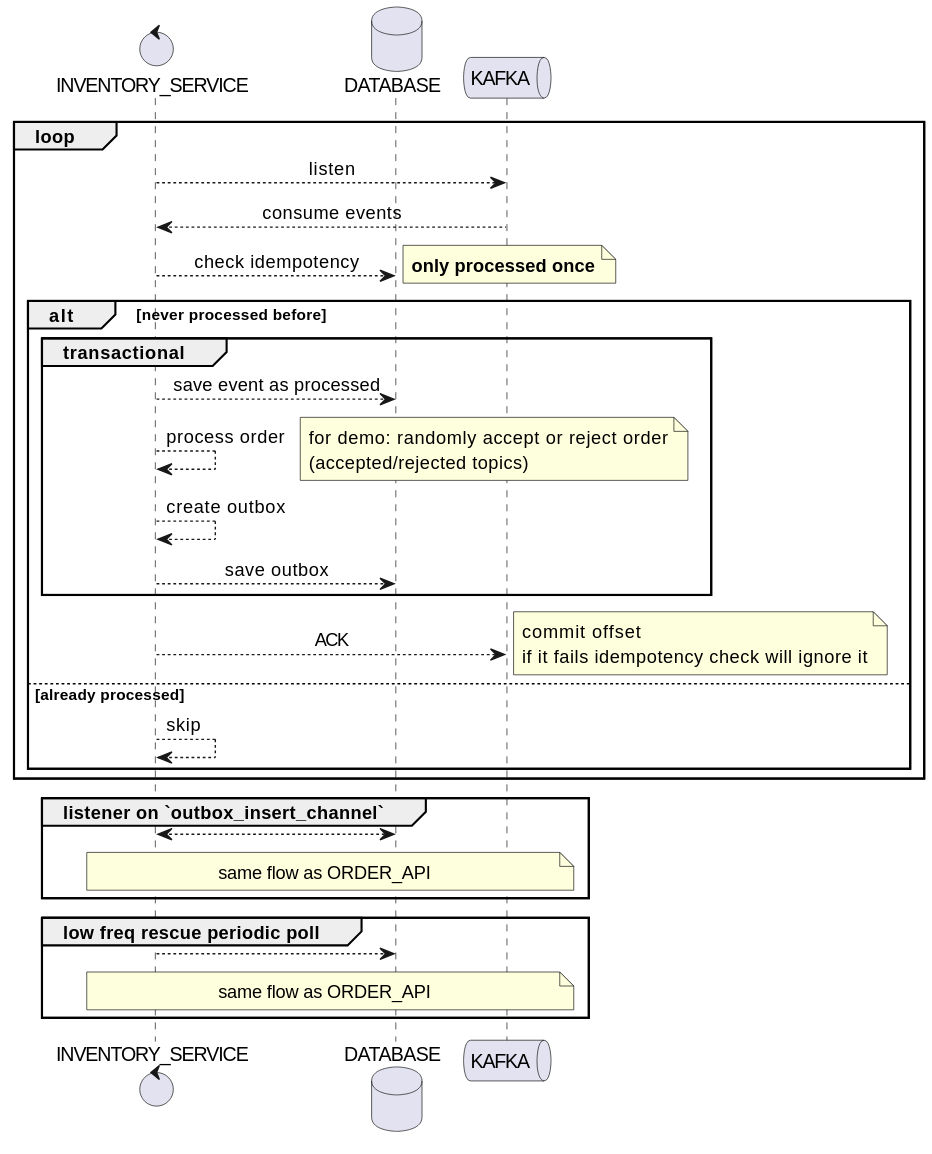
This is docs/inventory_service_seq.svg from 7mza/kafka-demo, a PlantUML export, as it was before one commit. The source it was exported from:
```plantuml
@startuml
skinparam sequenceMessageAlign center

control INVENTORY_SERVICE as SERVICE
database DATABASE as DB
queue KAFKA as K

loop
    SERVICE --> K: listen
    K --> SERVICE: consume events
    SERVICE --> DB: check idempotency
    note right: **only processed once**
    alt never processed before
        group transactional
            SERVICE --> DB: save event as processed
            SERVICE --> SERVICE: process order
            note right: for demo: randomly accept or reject order\n(accepted/rejected topics)
            SERVICE --> SERVICE: create outbox
            SERVICE --> DB: save outbox
        end
        SERVICE --> K: ACK
        note right: commit offset\nif it fails idempotency check will ignore it
    else already processed
        SERVICE --> SERVICE: skip
    end
end

group listener on `outbox_insert_channel`
    SERVICE <--> DB
    note across: same flow as ORDER_API
end

group low freq rescue periodic poll
      SERVICE --> DB
      note across: same flow as ORDER_API
end
@enduml
```
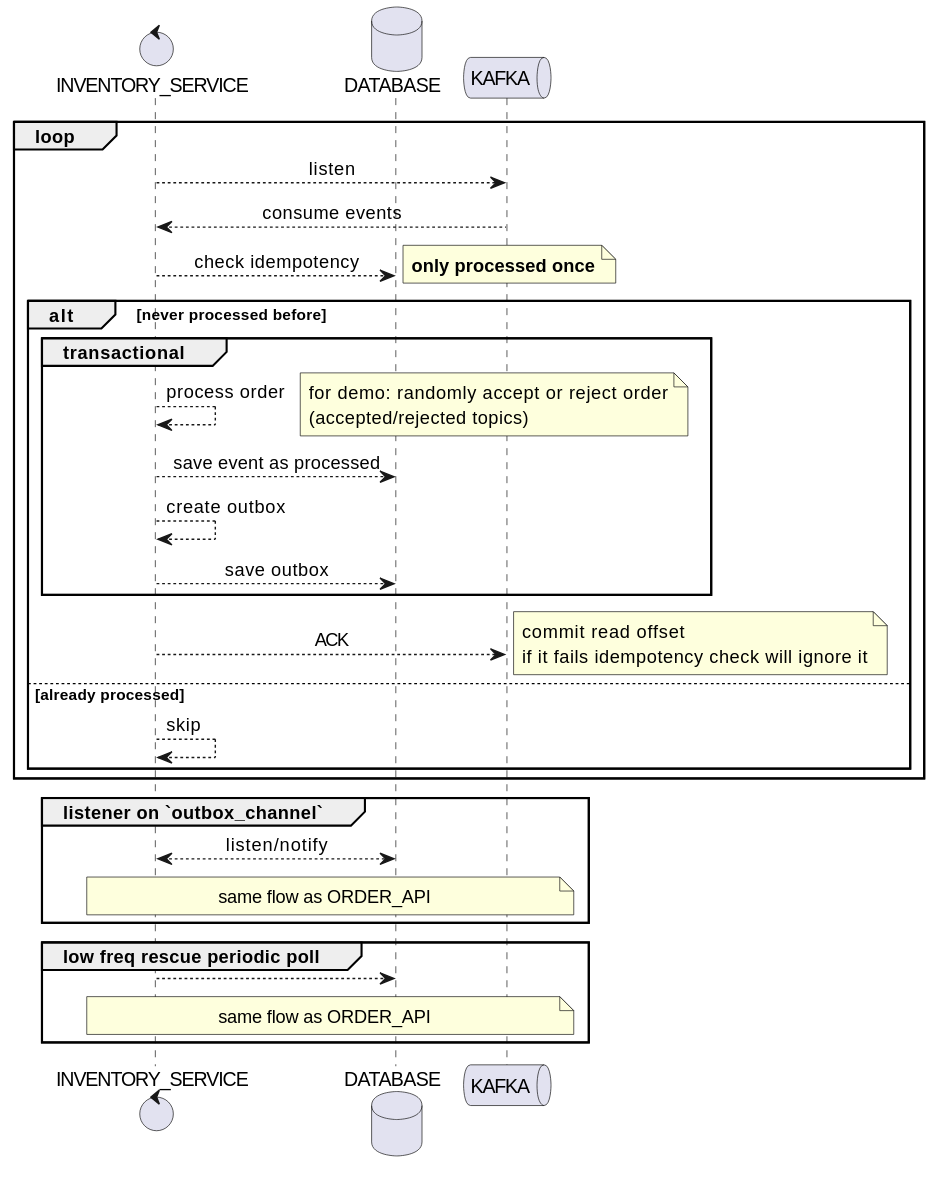
Above is the later version.

Diff of the diagram source:
```diff
@@ -12,21 +12,21 @@
     note right: **only processed once**
     alt never processed before
         group transactional
-            SERVICE --> DB: save event as processed
             SERVICE --> SERVICE: process order
             note right: for demo: randomly accept or reject order\n(accepted/rejected topics)
+            SERVICE --> DB: save event as processed
             SERVICE --> SERVICE: create outbox
             SERVICE --> DB: save outbox
         end
         SERVICE --> K: ACK
-        note right: commit offset\nif it fails idempotency check will ignore it
+        note right: commit read offset\nif it fails idempotency check will ignore it
     else already processed
         SERVICE --> SERVICE: skip
     end
 end
 
-group listener on `outbox_insert_channel`
-    SERVICE <--> DB
+group listener on `outbox_channel`
+    SERVICE <--> DB: listen/notify
     note across: same flow as ORDER_API
 end
 
```
